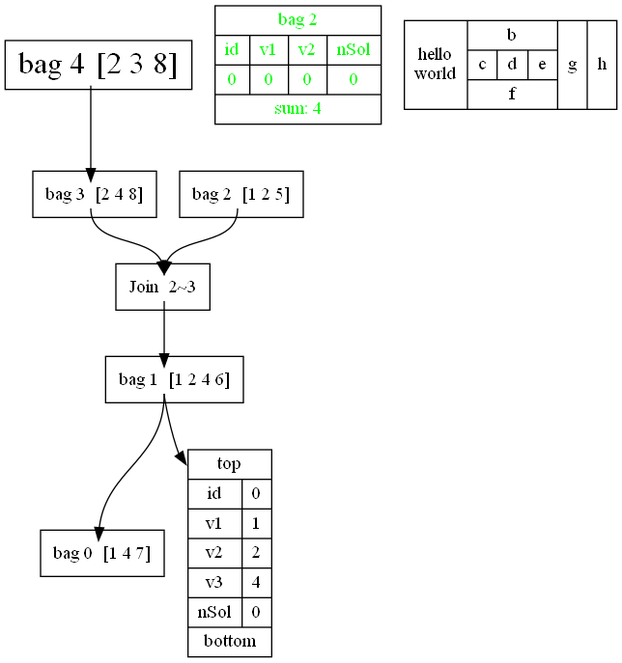
Before: satvisualization_repo/satvisu/structs_revisited.gv.png, a diagram exported from Graphviz (VaeterchenFrost/gpusat-VISU). Its source is kept beside it as satvisualization_repo/satvisu/structs_revisited.gv.
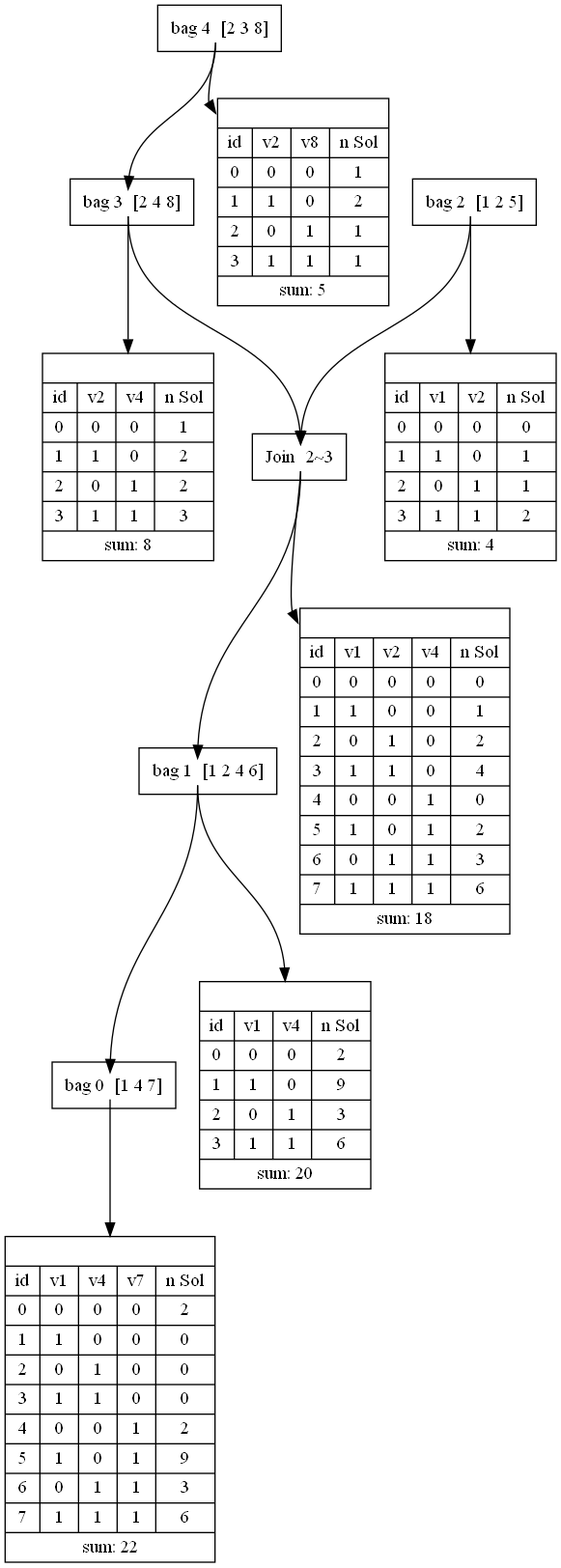
Later version of the same file.

The edit, as a diff of the source:
```diff
@@ -1,7 +1,7 @@
 digraph structs {
 	node [shape=rect]
 	bag4 [label=<<TABLE BORDER="0" CELLBORDER="0" CELLSPACING="0">
-              <TR><TD BGCOLOR="white">bag 4</TD><TD PORT="anchor"></TD><TD>[2 3 8]</TD></TR></TABLE>> fontsize=24]
+              <TR><TD BGCOLOR="white">bag 4</TD><TD PORT="anchor"></TD><TD>[2 3 8]</TD></TR></TABLE>>]
 	bag3 [label=<<TABLE BORDER="0" CELLBORDER="0" CELLSPACING="0">
               <TR><TD BGCOLOR="white">bag 3</TD><TD PORT="anchor"></TD><TD>[2 4 8]</TD></TR></TABLE>>]
 	join1 [label=<<TABLE BORDER="0" CELLBORDER="0" CELLSPACING="0">
@@ -13,13 +13,21 @@
 	bag0 [label=<<TABLE BORDER="0" CELLBORDER="0" CELLSPACING="0">
               <TR><TD BGCOLOR="white">bag 0</TD><TD PORT="anchor"></TD><TD>[1 4 7]</TD></TR></TABLE>>]
 	node [shape=record]
-	etest [label="{<anchor> top|{{id|v1|v2|v3|nSol}|{0|1|2|4|0}}|bottom}"]
-	sol4 [label="{<f0> bag 2|{{id|0}|{v1|0}|{ v2|0}|{ nSol|0}}|sum: 4}" fontcolor=green]
-	hi [label="hello\nworld |{ b |{c|<here> d|e}| f}| g | h"]
+	sol2 [label="{<anchor> |{{id|0|1|2|3}|{v1|0|1|0|1}|{v2|0|0|1|1}|{n Sol|0|1|1|2}}|sum: 4}"]
+	sol4 [label="{<anchor> |{{id|0|1|2|3}|{v2|0|1|0|1}|{v8|0|0|1|1}|{n Sol|1|2|1|1}}|sum: 5}"]
+	sol3 [label="{<anchor> |{{id|0|1|2|3}|{v2|0|1|0|1}|{v4|0|0|1|1}|{n Sol|1|2|2|3}}|sum: 8}"]
+	solJoin1 [label="{<anchor> |{{id|0|1|2|3|4|5|6|7}|{v1|0|1|0|1|0|1|0|1}|{v2|0|0|1|1|0|0|1|1}|{v4|0|0|0|0|1|1|1|1}|{n Sol|0|1|2|4|0|2|3|6}}|sum: 18}"]
+	sol1 [label="{<anchor> |{{id|0|1|2|3}|{v1|0|1|0|1}|{v4|0|0|1|1}|{n Sol|2|9|3|6}}|sum: 20}"]
+	sol0 [label="{<anchor> |{{id|0|1|2|3|4|5|6|7}|{v1|0|1|0|1|0|1|0|1}|{v4|0|0|1|1|0|0|1|1}|{v7|0|0|0|0|1|1|1|1}|{n Sol|2|0|0|0|2|9|3|6}}|sum: 22}"]
 	bag4:anchor -> bag3:anchor
 	bag2:anchor -> join1:anchor
 	bag3:anchor -> join1:anchor
 	join1:anchor -> bag1:anchor
 	bag1:anchor -> bag0:anchor
-	bag1:anchor -> etest:anchor
+	bag4:anchor -> sol4:anchor
+	bag3:anchor -> sol3:anchor
+	bag2:anchor -> sol2:anchor
+	bag1:anchor -> sol1:anchor
+	bag0:anchor -> sol0:anchor
+	join1:anchor -> solJoin1:anchor
 }
```
